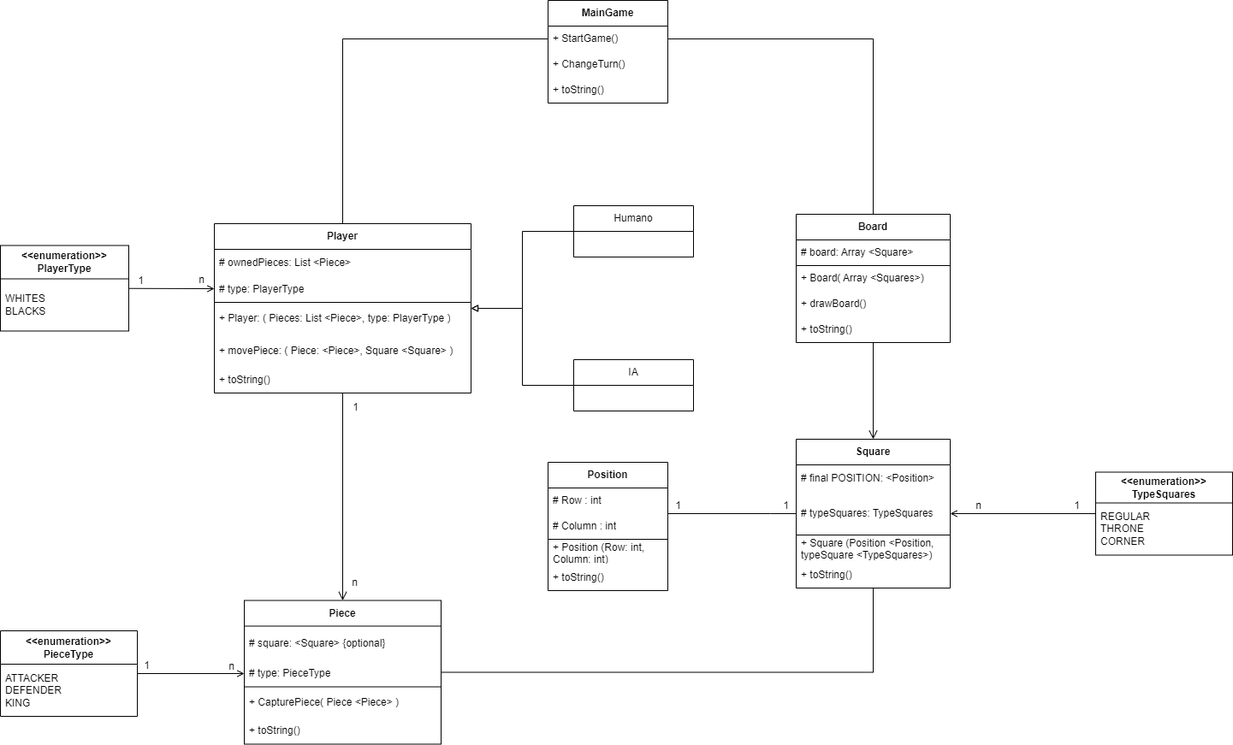
The draw.io diagram diagrams/ClassDiagram.drawio.png in jvazmor497/Hnefatafl, before a commit. Source tidied: cells renumbered, new cells last; positions are measured from the earlier drawing's top-left corner, leaving out a move shared by most shapes.
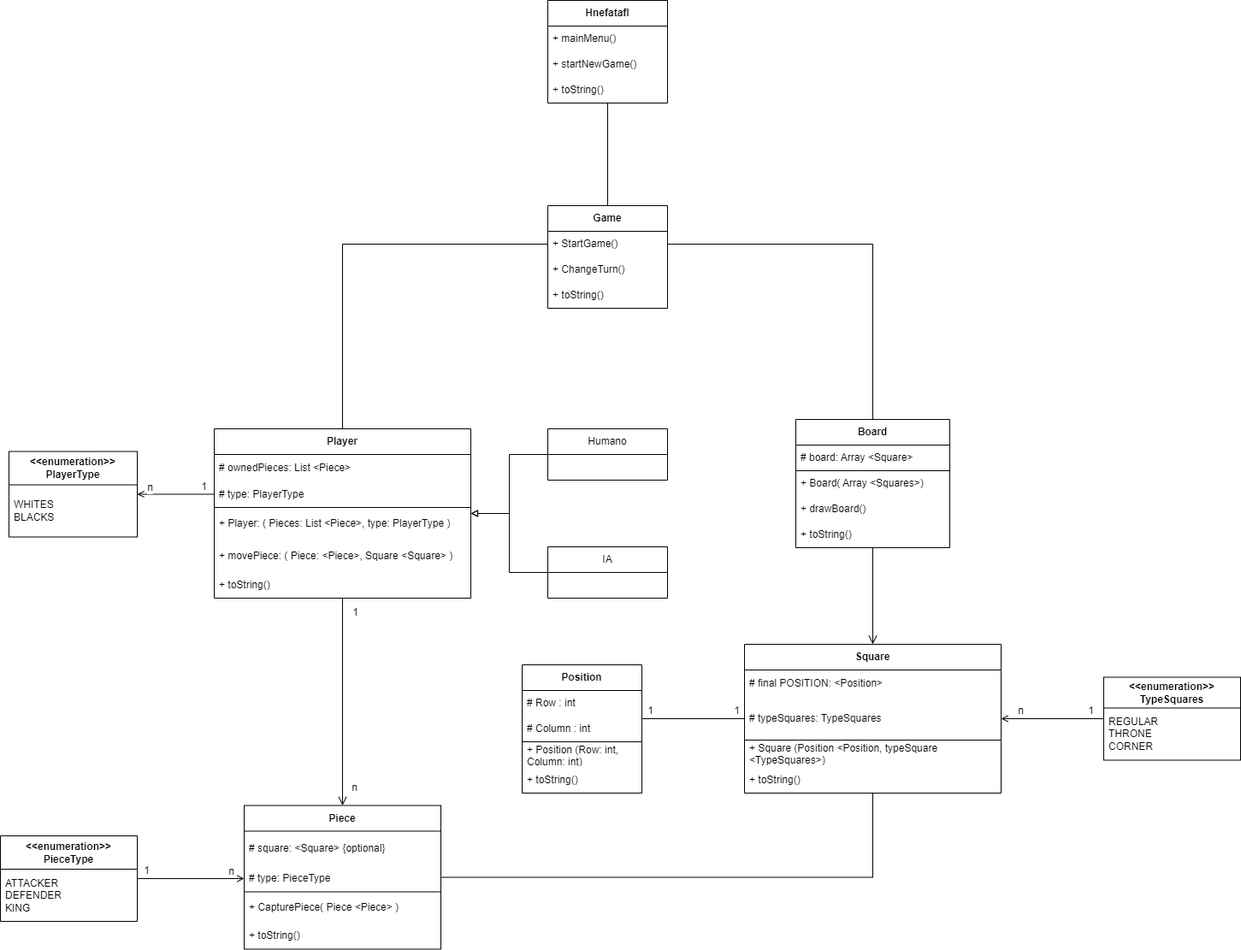
Above is the later version.

What changed in the source:
```diff
@@ -112,7 +112,7 @@
         <mxPoint y="-10" as="offset" />
       </mxGeometry>
     </mxCell>
-    <mxCell id="33" value="&lt;b&gt;MainGame&lt;/b&gt;" style="swimlane;fontStyle=0;horizontal=1;startSize=30;whiteSpace=wrap;html=1;flipH=1;" parent="1" vertex="1">
+    <mxCell id="33" value="&lt;b&gt;Game&lt;/b&gt;" style="swimlane;fontStyle=0;horizontal=1;startSize=30;whiteSpace=wrap;html=1;flipH=1;" parent="1" vertex="1">
       <mxGeometry x="640" width="140" height="120" as="geometry" />
     </mxCell>
     <mxCell id="34" value="+ StartGame()" style="text;strokeColor=none;fillColor=none;align=left;verticalAlign=middle;spacingLeft=4;spacingRight=4;overflow=hidden;points=[[0,0,0,0,0],[0,0.5,0,0,0],[1,0,0,0,0],[1,0.5,0,0,0]];portConstraint=eastwest;whiteSpace=wrap;html=1;fontFamily=Helvetica;fontSize=12;fontColor=default;" parent="33" vertex="1">
@@ -125,25 +125,25 @@
       <mxGeometry y="90" width="140" height="30" as="geometry" />
     </mxCell>
     <mxCell id="37" value="&lt;b&gt;Square&lt;/b&gt;" style="swimlane;fontStyle=0;horizontal=1;startSize=30;whiteSpace=wrap;html=1;points=[[0,0,0,0,0],[0,0.25,0,0,0],[0,0.5,0,0,0],[0,0.75,0,0,0],[0,1,0,0,0],[0.25,0,0,0,0],[0.25,1,0,0,0],[0.5,0,0,0,0],[0.5,1,0,0,0],[0.75,0,0,0,0],[0.75,1,0,0,0],[1,0,0,0,0],[1,0.25,0,0,0],[1,0.5,0,0,0],[1,0.75,0,0,0],[1,1,0,0,0]];" parent="1" vertex="1">
-      <mxGeometry x="930" y="513" width="180" height="174" as="geometry" />
+      <mxGeometry x="870" y="513" width="300" height="174" as="geometry" />
     </mxCell>
     <mxCell id="38" value="# final POSITION: &amp;lt;Position&amp;gt;" style="text;strokeColor=none;fillColor=none;align=left;verticalAlign=middle;spacingLeft=4;spacingRight=4;overflow=hidden;whiteSpace=wrap;html=1;" parent="37" vertex="1">
-      <mxGeometry y="30" width="180" height="31" as="geometry" />
+      <mxGeometry y="30" width="300" height="31" as="geometry" />
     </mxCell>
     <mxCell id="39" value="# t&lt;span style=&quot;text-align: center;&quot;&gt;ypeSquares: TypeSquares&lt;/span&gt;" style="text;strokeColor=none;fillColor=none;align=left;verticalAlign=middle;spacingLeft=4;spacingRight=4;overflow=hidden;whiteSpace=wrap;html=1;" parent="37" vertex="1">
-      <mxGeometry y="61" width="180" height="51" as="geometry" />
+      <mxGeometry y="61" width="300" height="51" as="geometry" />
     </mxCell>
     <mxCell id="40" value="+ Square (Position &amp;lt;Position, typeSquare &amp;lt;TypeSquares&amp;gt;)" style="text;strokeColor=none;fillColor=none;align=left;verticalAlign=middle;spacingLeft=4;spacingRight=4;overflow=hidden;points=[[0,0,0,0,0],[0,0.5,0,0,0],[1,0,0,0,0],[1,0.5,0,0,0]];portConstraint=eastwest;whiteSpace=wrap;html=1;" parent="37" vertex="1">
-      <mxGeometry y="112" width="180" height="31" as="geometry" />
+      <mxGeometry y="112" width="300" height="31" as="geometry" />
     </mxCell>
     <mxCell id="41" style="endArrow=none;html=1;rounded=0;fontFamily=Helvetica;fontSize=12;fontColor=default;entryX=1;entryY=0;entryDx=0;entryDy=0;entryPerimeter=0;exitX=0;exitY=0;exitDx=0;exitDy=0;exitPerimeter=0;" parent="37" edge="1" source="40" target="40">
       <mxGeometry relative="1" as="geometry" />
     </mxCell>
     <mxCell id="42" value="+ toString()" style="text;strokeColor=none;fillColor=none;align=left;verticalAlign=middle;spacingLeft=4;spacingRight=4;overflow=hidden;whiteSpace=wrap;html=1;" parent="37" vertex="1">
-      <mxGeometry y="143" width="180" height="31" as="geometry" />
+      <mxGeometry y="143" width="300" height="31" as="geometry" />
     </mxCell>
     <mxCell id="43" value="&lt;b&gt;Position&lt;/b&gt;" style="swimlane;fontStyle=0;horizontal=1;startSize=30;whiteSpace=wrap;html=1;" parent="1" vertex="1">
-      <mxGeometry x="640" y="540" width="140" height="150" as="geometry" />
+      <mxGeometry x="610" y="537" width="140" height="150" as="geometry" />
     </mxCell>
     <mxCell id="44" value="# Row : int" style="text;strokeColor=none;fillColor=none;align=left;verticalAlign=middle;spacingLeft=4;spacingRight=4;overflow=hidden;whiteSpace=wrap;html=1;" parent="43" vertex="1">
       <mxGeometry y="30" width="140" height="30" as="geometry" />
@@ -187,12 +187,12 @@
       </mxGeometry>
     </mxCell>
     <mxCell id="55" value="&lt;b&gt;&amp;lt;&amp;lt;enumeration&amp;gt;&amp;gt; TypeSquares&lt;/b&gt;" style="swimlane;fontStyle=0;horizontal=1;startSize=36;whiteSpace=wrap;html=1;" parent="1" vertex="1">
-      <mxGeometry x="1280" y="551.5" width="160" height="97" as="geometry" />
+      <mxGeometry x="1290" y="551.5" width="160" height="97" as="geometry" />
     </mxCell>
     <mxCell id="56" value="&lt;div&gt;REGULAR&lt;/div&gt;&lt;div&gt;THRONE&lt;/div&gt;&lt;div&gt;CORNER&lt;/div&gt;" style="text;strokeColor=none;fillColor=none;align=left;verticalAlign=middle;spacingLeft=4;spacingRight=4;overflow=hidden;whiteSpace=wrap;html=1;" parent="55" vertex="1">
       <mxGeometry y="36" width="160" height="61" as="geometry" />
     </mxCell>
-    <mxCell id="57" style="rounded=0;jettySize=auto;html=1;fontFamily=Helvetica;fontSize=12;fontColor=default;endArrow=open;endFill=0;" parent="1" edge="1" source="60" target="25">
+    <mxCell id="57" style="rounded=0;jettySize=auto;html=1;fontFamily=Helvetica;fontSize=12;fontColor=default;endArrow=open;endFill=0;" parent="1" edge="1" source="25" target="60">
       <mxGeometry relative="1" as="geometry" />
     </mxCell>
     <mxCell id="58" value="1" style="edgeLabel;html=1;align=center;verticalAlign=middle;strokeColor=default;fontFamily=Helvetica;fontSize=12;fontColor=default;fontStyle=0;fillColor=default;" parent="57" vertex="1">
@@ -206,16 +206,16 @@
       </mxGeometry>
     </mxCell>
     <mxCell id="60" value="&lt;b&gt;&amp;lt;&amp;lt;enumeration&amp;gt;&amp;gt; PlayerType&lt;/b&gt;" style="swimlane;fontStyle=0;horizontal=1;startSize=39;whiteSpace=wrap;html=1;" parent="1" vertex="1">
-      <mxGeometry y="286.5" width="150" height="100" as="geometry" />
+      <mxGeometry x="10" y="287.5" width="150" height="100" as="geometry" />
     </mxCell>
     <mxCell id="61" value="WHITES&lt;div&gt;BLACKS&lt;/div&gt;" style="text;strokeColor=none;fillColor=none;align=left;verticalAlign=middle;spacingLeft=4;spacingRight=4;overflow=hidden;whiteSpace=wrap;html=1;" parent="60" vertex="1">
       <mxGeometry y="39" width="150" height="61" as="geometry" />
     </mxCell>
     <mxCell id="62" value="Humano" style="swimlane;fontStyle=0;horizontal=1;startSize=30;whiteSpace=wrap;html=1;" parent="1" vertex="1">
-      <mxGeometry x="670" y="240" width="140" height="60" as="geometry" />
+      <mxGeometry x="640" y="261" width="140" height="60" as="geometry" />
     </mxCell>
     <mxCell id="63" value="IA" style="swimlane;fontStyle=0;horizontal=1;startSize=30;whiteSpace=wrap;html=1;" parent="1" vertex="1">
-      <mxGeometry x="670" y="420" width="140" height="60" as="geometry" />
+      <mxGeometry x="640" y="399" width="140" height="60" as="geometry" />
     </mxCell>
     <mxCell id="64" style="endArrow=none;html=1;rounded=0;edgeStyle=orthogonalEdgeStyle;startArrow=block;startFill=0;" parent="1" edge="1" source="23" target="62">
       <mxGeometry relative="1" as="geometry" />
@@ -223,5 +223,20 @@
     <mxCell id="65" style="endArrow=none;html=1;rounded=0;edgeStyle=orthogonalEdgeStyle;startArrow=block;startFill=0;" parent="1" edge="1" source="23" target="63">
       <mxGeometry relative="1" as="geometry" />
     </mxCell>
+    <mxCell id="66" value="&lt;b&gt;Hnefatafl&lt;/b&gt;" style="swimlane;fontStyle=0;horizontal=1;startSize=30;whiteSpace=wrap;html=1;flipH=1;" parent="1" vertex="1">
+      <mxGeometry x="640" y="-240" width="140" height="120" as="geometry" />
+    </mxCell>
+    <mxCell id="67" value="+ mainMenu()" style="text;strokeColor=none;fillColor=none;align=left;verticalAlign=middle;spacingLeft=4;spacingRight=4;overflow=hidden;whiteSpace=wrap;html=1;fontFamily=Helvetica;fontSize=12;fontColor=default;" parent="66" vertex="1">
+      <mxGeometry y="30" width="140" height="30" as="geometry" />
+    </mxCell>
+    <mxCell id="68" value="+ startNewGame()" style="text;strokeColor=none;fillColor=none;align=left;verticalAlign=middle;spacingLeft=4;spacingRight=4;overflow=hidden;whiteSpace=wrap;html=1;fontFamily=Helvetica;fontSize=12;fontColor=default;" parent="66" vertex="1">
+      <mxGeometry y="60" width="140" height="30" as="geometry" />
+    </mxCell>
+    <mxCell id="69" value="+ toString()" style="text;strokeColor=none;fillColor=none;align=left;verticalAlign=middle;spacingLeft=4;spacingRight=4;overflow=hidden;whiteSpace=wrap;html=1;" parent="66" vertex="1">
+      <mxGeometry y="90" width="140" height="30" as="geometry" />
+    </mxCell>
+    <mxCell id="70" style="endArrow=none;html=1;rounded=0;" parent="1" edge="1" source="33" target="66">
+      <mxGeometry relative="1" as="geometry" />
+    </mxCell>
   </root>
 </mxGraphModel>
```
